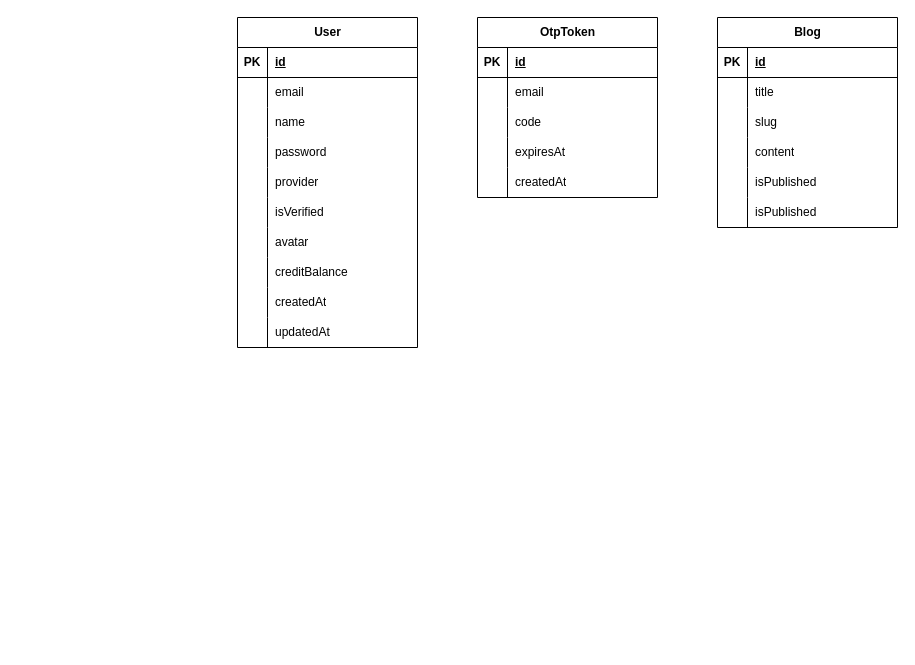
Before: belajar-hosting.drawio in yogadwipayana/ERD, a draw.io diagram. Source tidied: cells renumbered, new cells numbered last; positions are measured from the earlier drawing's top-left corner, leaving out a move shared by most shapes. Both pictures are drawn from the tidied source at 100%, with x=0, y=0 at pixel (237, 17).
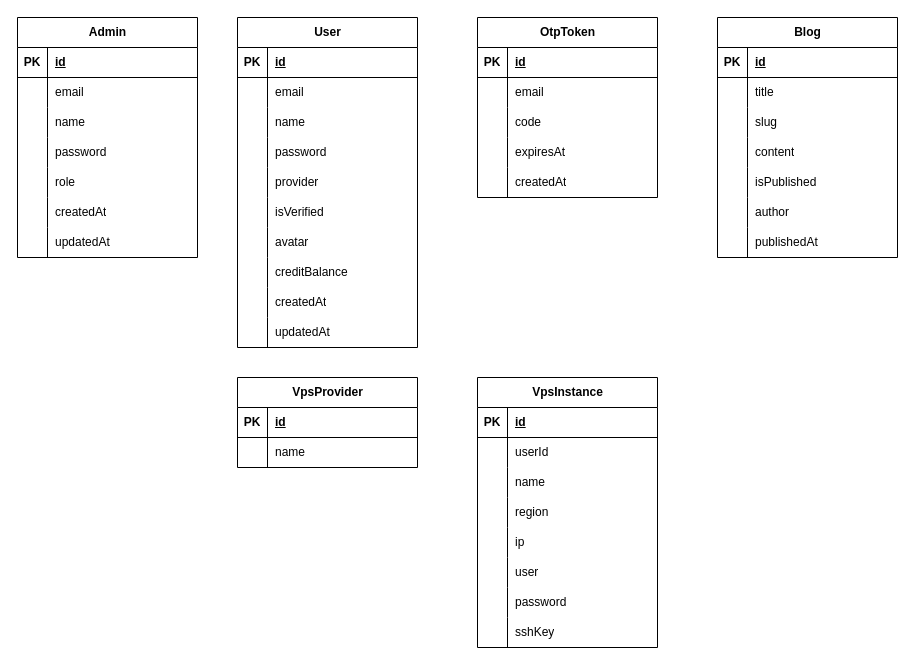
The same diagram, later.

Change to the diagram source:
```diff
@@
     <mxCell id="49" value="Blog" style="shape=table;startSize=30;childLayout=tableLayout;rowLines=0;fontStyle=1;align=center;html=1;" parent="1" vertex="1">
-      <mxGeometry x="480" width="180" height="210" as="geometry" />
+      <mxGeometry x="480" width="180" height="240" as="geometry" />
     </mxCell>
@@
-    <mxCell id="65" style="shape=tableRow;horizontal=0;startSize=0;swimlaneHead=0;swimlaneBody=0;fillColor=none;top=0;left=0;right=0;bottom=0;" parent="49" vertex="1">
-      <mxGeometry y="180" width="180" height="30" as="geometry" />
-    </mxCell>
-    <mxCell id="66" style="shape=partialRectangle;fillColor=none;top=0;left=0;bottom=0;right=0;overflow=hidden;whiteSpace=wrap;html=1;" parent="65" vertex="1">
-      <mxGeometry width="30" height="30" as="geometry" />
-    </mxCell>
-    <mxCell id="67" value="isPublished" style="shape=partialRectangle;fillColor=none;top=0;left=0;bottom=0;right=0;align=left;spacingLeft=6;overflow=hidden;whiteSpace=wrap;html=1;" parent="65" vertex="1">
-      <mxGeometry x="30" width="150" height="30" as="geometry" />
-    </mxCell>
+    <mxCell id="68" style="shape=tableRow;horizontal=0;startSize=0;swimlaneHead=0;swimlaneBody=0;fillColor=none;top=0;left=0;right=0;bottom=0;" parent="49" vertex="1">
+      <mxGeometry y="180" width="180" height="30" as="geometry" />
+    </mxCell>
+    <mxCell id="69" style="shape=partialRectangle;fillColor=none;top=0;left=0;bottom=0;right=0;overflow=hidden;whiteSpace=wrap;html=1;" parent="68" vertex="1">
+      <mxGeometry width="30" height="30" as="geometry" />
+    </mxCell>
+    <mxCell id="70" value="author" style="shape=partialRectangle;fillColor=none;top=0;left=0;bottom=0;right=0;align=left;spacingLeft=6;overflow=hidden;whiteSpace=wrap;html=1;" parent="68" vertex="1">
+      <mxGeometry x="30" width="150" height="30" as="geometry" />
+    </mxCell>
+    <mxCell id="71" style="shape=tableRow;horizontal=0;startSize=0;swimlaneHead=0;swimlaneBody=0;fillColor=none;top=0;left=0;right=0;bottom=0;" parent="49" vertex="1">
+      <mxGeometry y="210" width="180" height="30" as="geometry" />
+    </mxCell>
+    <mxCell id="72" style="shape=partialRectangle;fillColor=none;top=0;left=0;bottom=0;right=0;overflow=hidden;whiteSpace=wrap;html=1;" parent="71" vertex="1">
+      <mxGeometry width="30" height="30" as="geometry" />
+    </mxCell>
+    <mxCell id="73" value="publishedAt" style="shape=partialRectangle;fillColor=none;top=0;left=0;bottom=0;right=0;align=left;spacingLeft=6;overflow=hidden;whiteSpace=wrap;html=1;" parent="71" vertex="1">
+      <mxGeometry x="30" width="150" height="30" as="geometry" />
+    </mxCell>
+    <mxCell id="74" value="VpsProvider" style="shape=table;startSize=30;childLayout=tableLayout;rowLines=0;fontStyle=1;align=center;html=1;" parent="1" vertex="1">
+      <mxGeometry y="360" width="180" height="90" as="geometry" />
+    </mxCell>
+    <mxCell id="75" style="shape=tableRow;horizontal=0;startSize=0;swimlaneHead=0;swimlaneBody=0;fillColor=none;top=0;left=0;right=0;bottom=1;" parent="74" vertex="1">
+      <mxGeometry y="30" width="180" height="30" as="geometry" />
+    </mxCell>
+    <mxCell id="76" value="PK" style="shape=partialRectangle;fillColor=none;top=0;left=0;bottom=0;right=0;fontStyle=1;overflow=hidden;whiteSpace=wrap;html=1;" parent="75" vertex="1">
+      <mxGeometry width="30" height="30" as="geometry" />
+    </mxCell>
+    <mxCell id="77" value="id" style="shape=partialRectangle;fillColor=none;top=0;left=0;bottom=0;right=0;align=left;spacingLeft=6;fontStyle=5;overflow=hidden;whiteSpace=wrap;html=1;" parent="75" vertex="1">
+      <mxGeometry x="30" width="150" height="30" as="geometry" />
+    </mxCell>
+    <mxCell id="78" style="shape=tableRow;horizontal=0;startSize=0;swimlaneHead=0;swimlaneBody=0;fillColor=none;top=0;left=0;right=0;bottom=0;" parent="74" vertex="1">
+      <mxGeometry y="60" width="180" height="30" as="geometry" />
+    </mxCell>
+    <mxCell id="79" style="shape=partialRectangle;fillColor=none;top=0;left=0;bottom=0;right=0;overflow=hidden;whiteSpace=wrap;html=1;" parent="78" vertex="1">
+      <mxGeometry width="30" height="30" as="geometry" />
+    </mxCell>
+    <mxCell id="80" value="name" style="shape=partialRectangle;fillColor=none;top=0;left=0;bottom=0;right=0;align=left;spacingLeft=6;overflow=hidden;whiteSpace=wrap;html=1;" parent="78" vertex="1">
+      <mxGeometry x="30" width="150" height="30" as="geometry" />
+    </mxCell>
+    <mxCell id="81" value="VpsInstance" style="shape=table;startSize=30;childLayout=tableLayout;rowLines=0;fontStyle=1;align=center;html=1;" parent="1" vertex="1">
+      <mxGeometry x="240" y="360" width="180" height="270" as="geometry" />
+    </mxCell>
+    <mxCell id="82" style="shape=tableRow;horizontal=0;startSize=0;swimlaneHead=0;swimlaneBody=0;fillColor=none;top=0;left=0;right=0;bottom=1;" parent="81" vertex="1">
+      <mxGeometry y="30" width="180" height="30" as="geometry" />
+    </mxCell>
+    <mxCell id="83" value="PK" style="shape=partialRectangle;fillColor=none;top=0;left=0;bottom=0;right=0;fontStyle=1;overflow=hidden;whiteSpace=wrap;html=1;" parent="82" vertex="1">
+      <mxGeometry width="30" height="30" as="geometry" />
+    </mxCell>
+    <mxCell id="84" value="id" style="shape=partialRectangle;fillColor=none;top=0;left=0;bottom=0;right=0;align=left;spacingLeft=6;fontStyle=5;overflow=hidden;whiteSpace=wrap;html=1;" parent="82" vertex="1">
+      <mxGeometry x="30" width="150" height="30" as="geometry" />
+    </mxCell>
+    <mxCell id="85" style="shape=tableRow;horizontal=0;startSize=0;swimlaneHead=0;swimlaneBody=0;fillColor=none;top=0;left=0;right=0;bottom=0;" parent="81" vertex="1">
+      <mxGeometry y="60" width="180" height="30" as="geometry" />
+    </mxCell>
+    <mxCell id="86" style="shape=partialRectangle;fillColor=none;top=0;left=0;bottom=0;right=0;overflow=hidden;whiteSpace=wrap;html=1;" parent="85" vertex="1">
+      <mxGeometry width="30" height="30" as="geometry" />
+    </mxCell>
+    <mxCell id="87" value="userId" style="shape=partialRectangle;fillColor=none;top=0;left=0;bottom=0;right=0;align=left;spacingLeft=6;overflow=hidden;whiteSpace=wrap;html=1;" parent="85" vertex="1">
+      <mxGeometry x="30" width="150" height="30" as="geometry" />
+    </mxCell>
+    <mxCell id="88" style="shape=tableRow;horizontal=0;startSize=0;swimlaneHead=0;swimlaneBody=0;fillColor=none;top=0;left=0;right=0;bottom=0;" parent="81" vertex="1">
+      <mxGeometry y="90" width="180" height="30" as="geometry" />
+    </mxCell>
+    <mxCell id="89" style="shape=partialRectangle;fillColor=none;top=0;left=0;bottom=0;right=0;overflow=hidden;whiteSpace=wrap;html=1;" parent="88" vertex="1">
+      <mxGeometry width="30" height="30" as="geometry" />
+    </mxCell>
+    <mxCell id="90" value="name" style="shape=partialRectangle;fillColor=none;top=0;left=0;bottom=0;right=0;align=left;spacingLeft=6;overflow=hidden;whiteSpace=wrap;html=1;" parent="88" vertex="1">
+      <mxGeometry x="30" width="150" height="30" as="geometry" />
+    </mxCell>
+    <mxCell id="91" style="shape=tableRow;horizontal=0;startSize=0;swimlaneHead=0;swimlaneBody=0;fillColor=none;top=0;left=0;right=0;bottom=0;" parent="81" vertex="1">
+      <mxGeometry y="120" width="180" height="30" as="geometry" />
+    </mxCell>
+    <mxCell id="92" style="shape=partialRectangle;fillColor=none;top=0;left=0;bottom=0;right=0;overflow=hidden;whiteSpace=wrap;html=1;" parent="91" vertex="1">
+      <mxGeometry width="30" height="30" as="geometry" />
+    </mxCell>
+    <mxCell id="93" value="region" style="shape=partialRectangle;fillColor=none;top=0;left=0;bottom=0;right=0;align=left;spacingLeft=6;overflow=hidden;whiteSpace=wrap;html=1;" parent="91" vertex="1">
+      <mxGeometry x="30" width="150" height="30" as="geometry" />
+    </mxCell>
+    <mxCell id="94" style="shape=tableRow;horizontal=0;startSize=0;swimlaneHead=0;swimlaneBody=0;fillColor=none;top=0;left=0;right=0;bottom=0;" parent="81" vertex="1">
+      <mxGeometry y="150" width="180" height="30" as="geometry" />
+    </mxCell>
+    <mxCell id="95" style="shape=partialRectangle;fillColor=none;top=0;left=0;bottom=0;right=0;overflow=hidden;whiteSpace=wrap;html=1;" parent="94" vertex="1">
+      <mxGeometry width="30" height="30" as="geometry" />
+    </mxCell>
+    <mxCell id="96" value="ip" style="shape=partialRectangle;fillColor=none;top=0;left=0;bottom=0;right=0;align=left;spacingLeft=6;overflow=hidden;whiteSpace=wrap;html=1;" parent="94" vertex="1">
+      <mxGeometry x="30" width="150" height="30" as="geometry" />
+    </mxCell>
+    <mxCell id="97" style="shape=tableRow;horizontal=0;startSize=0;swimlaneHead=0;swimlaneBody=0;fillColor=none;top=0;left=0;right=0;bottom=0;" parent="81" vertex="1">
+      <mxGeometry y="180" width="180" height="30" as="geometry" />
+    </mxCell>
+    <mxCell id="98" style="shape=partialRectangle;fillColor=none;top=0;left=0;bottom=0;right=0;overflow=hidden;whiteSpace=wrap;html=1;" parent="97" vertex="1">
+      <mxGeometry width="30" height="30" as="geometry" />
+    </mxCell>
+    <mxCell id="99" value="user" style="shape=partialRectangle;fillColor=none;top=0;left=0;bottom=0;right=0;align=left;spacingLeft=6;overflow=hidden;whiteSpace=wrap;html=1;" parent="97" vertex="1">
+      <mxGeometry x="30" width="150" height="30" as="geometry" />
+    </mxCell>
+    <mxCell id="100" style="shape=tableRow;horizontal=0;startSize=0;swimlaneHead=0;swimlaneBody=0;fillColor=none;top=0;left=0;right=0;bottom=0;" parent="81" vertex="1">
+      <mxGeometry y="210" width="180" height="30" as="geometry" />
+    </mxCell>
+    <mxCell id="101" style="shape=partialRectangle;fillColor=none;top=0;left=0;bottom=0;right=0;overflow=hidden;whiteSpace=wrap;html=1;" parent="100" vertex="1">
+      <mxGeometry width="30" height="30" as="geometry" />
+    </mxCell>
+    <mxCell id="102" value="password" style="shape=partialRectangle;fillColor=none;top=0;left=0;bottom=0;right=0;align=left;spacingLeft=6;overflow=hidden;whiteSpace=wrap;html=1;" parent="100" vertex="1">
+      <mxGeometry x="30" width="150" height="30" as="geometry" />
+    </mxCell>
+    <mxCell id="103" style="shape=tableRow;horizontal=0;startSize=0;swimlaneHead=0;swimlaneBody=0;fillColor=none;top=0;left=0;right=0;bottom=0;" parent="81" vertex="1">
+      <mxGeometry y="240" width="180" height="30" as="geometry" />
+    </mxCell>
+    <mxCell id="104" style="shape=partialRectangle;fillColor=none;top=0;left=0;bottom=0;right=0;overflow=hidden;whiteSpace=wrap;html=1;" parent="103" vertex="1">
+      <mxGeometry width="30" height="30" as="geometry" />
+    </mxCell>
+    <mxCell id="105" value="sshKey" style="shape=partialRectangle;fillColor=none;top=0;left=0;bottom=0;right=0;align=left;spacingLeft=6;overflow=hidden;whiteSpace=wrap;html=1;" parent="103" vertex="1">
+      <mxGeometry x="30" width="150" height="30" as="geometry" />
+    </mxCell>
+    <mxCell id="106" value="Admin" style="shape=table;startSize=30;childLayout=tableLayout;rowLines=0;fontStyle=1;align=center;html=1;" parent="1" vertex="1">
+      <mxGeometry x="-220" width="180" height="240" as="geometry" />
+    </mxCell>
+    <mxCell id="107" style="shape=tableRow;horizontal=0;startSize=0;swimlaneHead=0;swimlaneBody=0;fillColor=none;top=0;left=0;right=0;bottom=1;" parent="106" vertex="1">
+      <mxGeometry y="30" width="180" height="30" as="geometry" />
+    </mxCell>
+    <mxCell id="108" value="PK" style="shape=partialRectangle;fillColor=none;top=0;left=0;bottom=0;right=0;fontStyle=1;overflow=hidden;whiteSpace=wrap;html=1;" parent="107" vertex="1">
+      <mxGeometry width="30" height="30" as="geometry" />
+    </mxCell>
+    <mxCell id="109" value="id" style="shape=partialRectangle;fillColor=none;top=0;left=0;bottom=0;right=0;align=left;spacingLeft=6;fontStyle=5;overflow=hidden;whiteSpace=wrap;html=1;" parent="107" vertex="1">
+      <mxGeometry x="30" width="150" height="30" as="geometry" />
+    </mxCell>
+    <mxCell id="110" style="shape=tableRow;horizontal=0;startSize=0;swimlaneHead=0;swimlaneBody=0;fillColor=none;top=0;left=0;right=0;bottom=0;" parent="106" vertex="1">
+      <mxGeometry y="60" width="180" height="30" as="geometry" />
+    </mxCell>
+    <mxCell id="111" style="shape=partialRectangle;fillColor=none;top=0;left=0;bottom=0;right=0;overflow=hidden;whiteSpace=wrap;html=1;" parent="110" vertex="1">
+      <mxGeometry width="30" height="30" as="geometry" />
+    </mxCell>
+    <mxCell id="112" value="email" style="shape=partialRectangle;fillColor=none;top=0;left=0;bottom=0;right=0;align=left;spacingLeft=6;overflow=hidden;whiteSpace=wrap;html=1;" parent="110" vertex="1">
+      <mxGeometry x="30" width="150" height="30" as="geometry" />
+    </mxCell>
+    <mxCell id="113" style="shape=tableRow;horizontal=0;startSize=0;swimlaneHead=0;swimlaneBody=0;fillColor=none;top=0;left=0;right=0;bottom=0;" parent="106" vertex="1">
+      <mxGeometry y="90" width="180" height="30" as="geometry" />
+    </mxCell>
+    <mxCell id="114" style="shape=partialRectangle;fillColor=none;top=0;left=0;bottom=0;right=0;overflow=hidden;whiteSpace=wrap;html=1;" parent="113" vertex="1">
+      <mxGeometry width="30" height="30" as="geometry" />
+    </mxCell>
+    <mxCell id="115" value="name" style="shape=partialRectangle;fillColor=none;top=0;left=0;bottom=0;right=0;align=left;spacingLeft=6;overflow=hidden;whiteSpace=wrap;html=1;" parent="113" vertex="1">
+      <mxGeometry x="30" width="150" height="30" as="geometry" />
+    </mxCell>
+    <mxCell id="116" style="shape=tableRow;horizontal=0;startSize=0;swimlaneHead=0;swimlaneBody=0;fillColor=none;top=0;left=0;right=0;bottom=0;" parent="106" vertex="1">
+      <mxGeometry y="120" width="180" height="30" as="geometry" />
+    </mxCell>
+    <mxCell id="117" style="shape=partialRectangle;fillColor=none;top=0;left=0;bottom=0;right=0;overflow=hidden;whiteSpace=wrap;html=1;" parent="116" vertex="1">
+      <mxGeometry width="30" height="30" as="geometry" />
+    </mxCell>
+    <mxCell id="118" value="password" style="shape=partialRectangle;fillColor=none;top=0;left=0;bottom=0;right=0;align=left;spacingLeft=6;overflow=hidden;whiteSpace=wrap;html=1;" parent="116" vertex="1">
+      <mxGeometry x="30" width="150" height="30" as="geometry" />
+    </mxCell>
+    <mxCell id="119" style="shape=tableRow;horizontal=0;startSize=0;swimlaneHead=0;swimlaneBody=0;fillColor=none;top=0;left=0;right=0;bottom=0;" parent="106" vertex="1">
+      <mxGeometry y="150" width="180" height="30" as="geometry" />
+    </mxCell>
+    <mxCell id="120" style="shape=partialRectangle;fillColor=none;top=0;left=0;bottom=0;right=0;overflow=hidden;whiteSpace=wrap;html=1;" parent="119" vertex="1">
+      <mxGeometry width="30" height="30" as="geometry" />
+    </mxCell>
+    <mxCell id="121" value="role" style="shape=partialRectangle;fillColor=none;top=0;left=0;bottom=0;right=0;align=left;spacingLeft=6;overflow=hidden;whiteSpace=wrap;html=1;" parent="119" vertex="1">
+      <mxGeometry x="30" width="150" height="30" as="geometry" />
+    </mxCell>
+    <mxCell id="122" style="shape=tableRow;horizontal=0;startSize=0;swimlaneHead=0;swimlaneBody=0;fillColor=none;top=0;left=0;right=0;bottom=0;" parent="106" vertex="1">
+      <mxGeometry y="180" width="180" height="30" as="geometry" />
+    </mxCell>
+    <mxCell id="123" style="shape=partialRectangle;fillColor=none;top=0;left=0;bottom=0;right=0;overflow=hidden;whiteSpace=wrap;html=1;" parent="122" vertex="1">
+      <mxGeometry width="30" height="30" as="geometry" />
+    </mxCell>
+    <mxCell id="124" value="createdAt" style="shape=partialRectangle;fillColor=none;top=0;left=0;bottom=0;right=0;align=left;spacingLeft=6;overflow=hidden;whiteSpace=wrap;html=1;" parent="122" vertex="1">
+      <mxGeometry x="30" width="150" height="30" as="geometry" />
+    </mxCell>
+    <mxCell id="125" style="shape=tableRow;horizontal=0;startSize=0;swimlaneHead=0;swimlaneBody=0;fillColor=none;top=0;left=0;right=0;bottom=0;" parent="106" vertex="1">
+      <mxGeometry y="210" width="180" height="30" as="geometry" />
+    </mxCell>
+    <mxCell id="126" style="shape=partialRectangle;fillColor=none;top=0;left=0;bottom=0;right=0;overflow=hidden;whiteSpace=wrap;html=1;" parent="125" vertex="1">
+      <mxGeometry width="30" height="30" as="geometry" />
+    </mxCell>
+    <mxCell id="127" value="updatedAt" style="shape=partialRectangle;fillColor=none;top=0;left=0;bottom=0;right=0;align=left;spacingLeft=6;overflow=hidden;whiteSpace=wrap;html=1;" parent="125" vertex="1">
+      <mxGeometry x="30" width="150" height="30" as="geometry" />
+    </mxCell>
```
